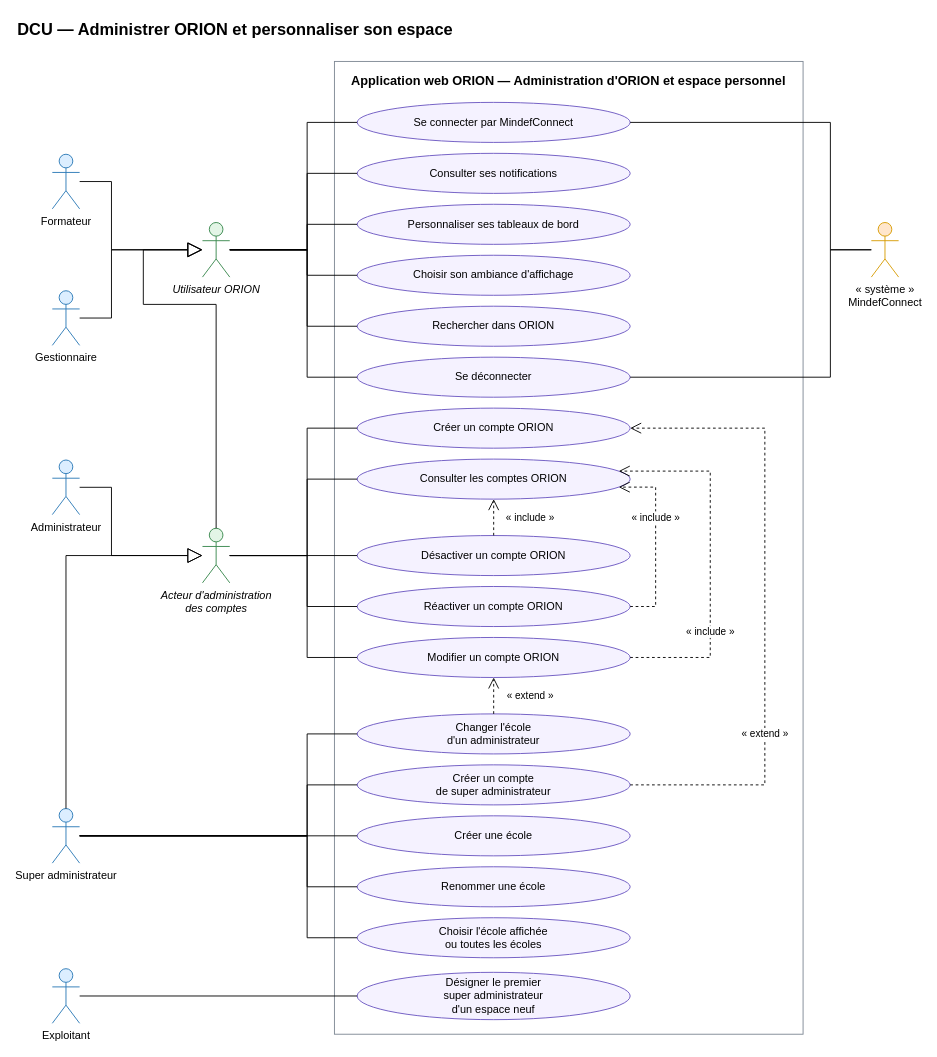
The draw.io diagram docs/02-ANALYSE/02-CAPTURE-DES-BESOINS/07-DCU-ADMINISTRER-ORION.drawio in bpierrelouis/aster, before the edit. Source tidied: cells renumbered, new cells numbered last; positions are measured from the earlier drawing's top-left corner, leaving out a move shared by most shapes. Both pictures are drawn from the tidied source at 91%, with x=0, y=0 at pixel (15, 15).
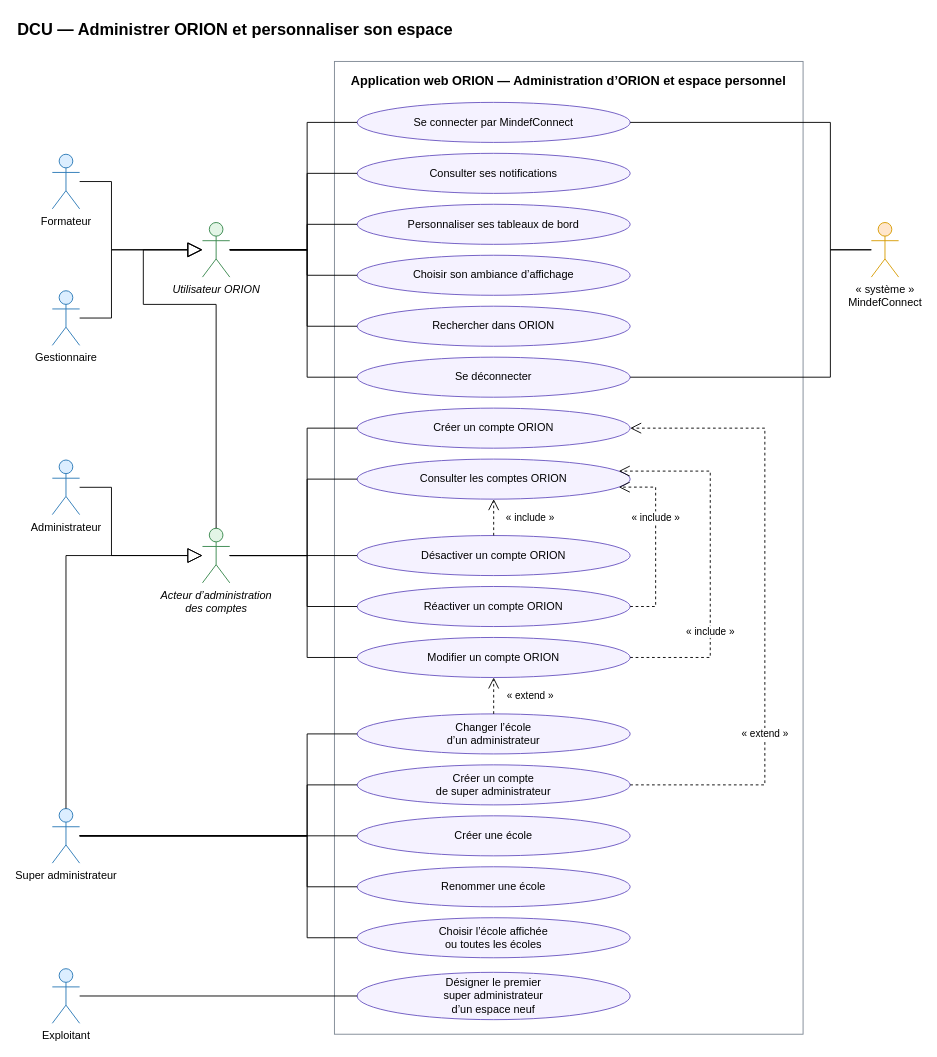
After the change.

The edit, as a diff of the source:
```diff
@@
-    <mxCell id="3" value="Application web ORION — Administration d'ORION et espace personnel" style="rounded=0;whiteSpace=wrap;html=1;verticalAlign=top;fontStyle=1;fontSize=14;fillColor=none;strokeColor=#7D8793;spacingTop=6;" parent="1" vertex="1">
+    <mxCell id="3" value="Application web ORION — Administration d’ORION et espace personnel" style="rounded=0;whiteSpace=wrap;html=1;verticalAlign=top;fontStyle=1;fontSize=14;fillColor=none;strokeColor=#7D8793;spacingTop=6;" parent="1" vertex="1">
       <mxGeometry x="350" y="50" width="515" height="1069" as="geometry" />
     </mxCell>
@@
-    <mxCell id="7" value="Choisir son ambiance d'affichage" style="ellipse;whiteSpace=wrap;html=1;fontSize=12;fillColor=#F5F2FF;strokeColor=#6954C0;" parent="3" vertex="1">
+    <mxCell id="7" value="Choisir son ambiance d’affichage" style="ellipse;whiteSpace=wrap;html=1;fontSize=12;fillColor=#F5F2FF;strokeColor=#6954C0;" parent="3" vertex="1">
       <mxGeometry x="25" y="213" width="300" height="44" as="geometry" />
     </mxCell>
@@
-    <mxCell id="15" value="Changer l'école&lt;br&gt;d'un administrateur" style="ellipse;whiteSpace=wrap;html=1;fontSize=12;fillColor=#F5F2FF;strokeColor=#6954C0;" parent="3" vertex="1">
+    <mxCell id="15" value="Changer l’école&lt;br&gt;d’un administrateur" style="ellipse;whiteSpace=wrap;html=1;fontSize=12;fillColor=#F5F2FF;strokeColor=#6954C0;" parent="3" vertex="1">
       <mxGeometry x="25" y="717" width="300" height="44" as="geometry" />
     </mxCell>
@@
-    <mxCell id="19" value="Choisir l'école affichée&lt;br&gt;ou toutes les écoles" style="ellipse;whiteSpace=wrap;html=1;fontSize=12;fillColor=#F5F2FF;strokeColor=#6954C0;" parent="3" vertex="1">
+    <mxCell id="19" value="Choisir l’école affichée&lt;br&gt;ou toutes les écoles" style="ellipse;whiteSpace=wrap;html=1;fontSize=12;fillColor=#F5F2FF;strokeColor=#6954C0;" parent="3" vertex="1">
       <mxGeometry x="25" y="941" width="300" height="44" as="geometry" />
     </mxCell>
-    <mxCell id="20" value="Désigner le premier&lt;br&gt;super administrateur&lt;br&gt;d'un espace neuf" style="ellipse;whiteSpace=wrap;html=1;fontSize=12;fillColor=#F5F2FF;strokeColor=#6954C0;" parent="3" vertex="1">
+    <mxCell id="20" value="Désigner le premier&lt;br&gt;super administrateur&lt;br&gt;d’un espace neuf" style="ellipse;whiteSpace=wrap;html=1;fontSize=12;fillColor=#F5F2FF;strokeColor=#6954C0;" parent="3" vertex="1">
       <mxGeometry x="25" y="1001" width="300" height="52" as="geometry" />
     </mxCell>
@@
-    <mxCell id="22" value="Acteur d'administration&lt;br&gt;des comptes" style="shape=umlActor;verticalLabelPosition=bottom;verticalAlign=top;html=1;outlineConnect=0;fontSize=12;fillColor=#E3F5E6;strokeColor=#35864A;fontStyle=2;" parent="1" vertex="1">
+    <mxCell id="22" value="Acteur d’administration&lt;br&gt;des comptes" style="shape=umlActor;verticalLabelPosition=bottom;verticalAlign=top;html=1;outlineConnect=0;fontSize=12;fillColor=#E3F5E6;strokeColor=#35864A;fontStyle=2;" parent="1" vertex="1">
       <mxGeometry x="205" y="563" width="30" height="60" as="geometry" />
     </mxCell>
```
